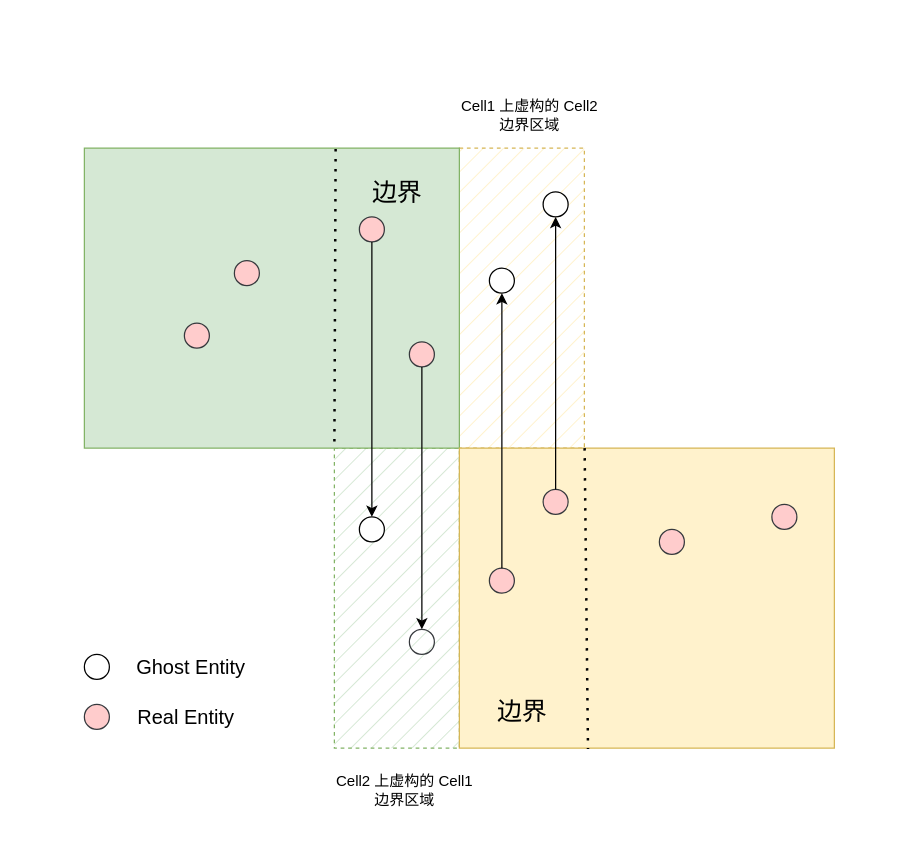
This is blog/big-world-scale-ghosting-2.drawio from antsmallant/MyDraw, a draw.io file, before an edit. Source tidied: cells renumbered, new cells numbered last; positions are measured from the earlier drawing's top-left corner, leaving out a move shared by most shapes. Both pictures are drawn from the tidied source at 125%, with x=0, y=0 at pixel (21, 21).
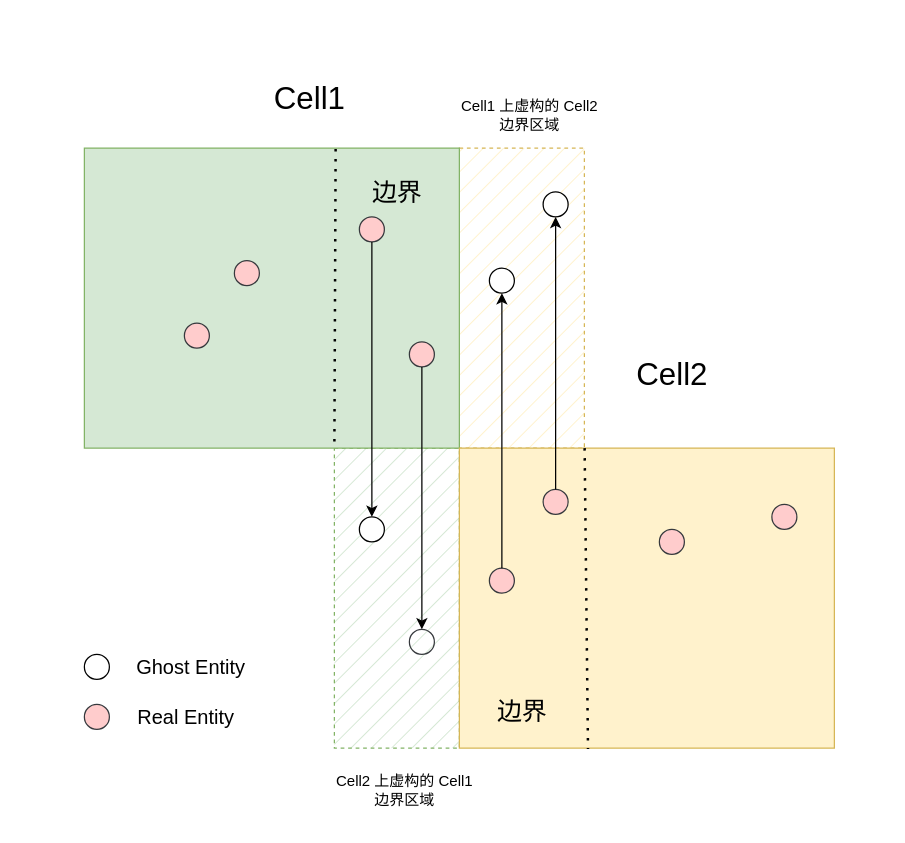
Above is the later version.

The edit, as a diff of the source:
```diff
@@
+    <mxCell id="33" value="Cell1" style="text;html=1;align=center;verticalAlign=middle;strokeColor=none;fillColor=none;fontSize=25;" parent="1" vertex="1">
+      <mxGeometry x="190" y="40" width="80" height="40" as="geometry" />
+    </mxCell>
+    <mxCell id="34" value="Cell2" style="text;html=1;align=center;verticalAlign=middle;strokeColor=none;fillColor=none;fontSize=25;" parent="1" vertex="1">
+      <mxGeometry x="480" y="261" width="80" height="40" as="geometry" />
+    </mxCell>
```
